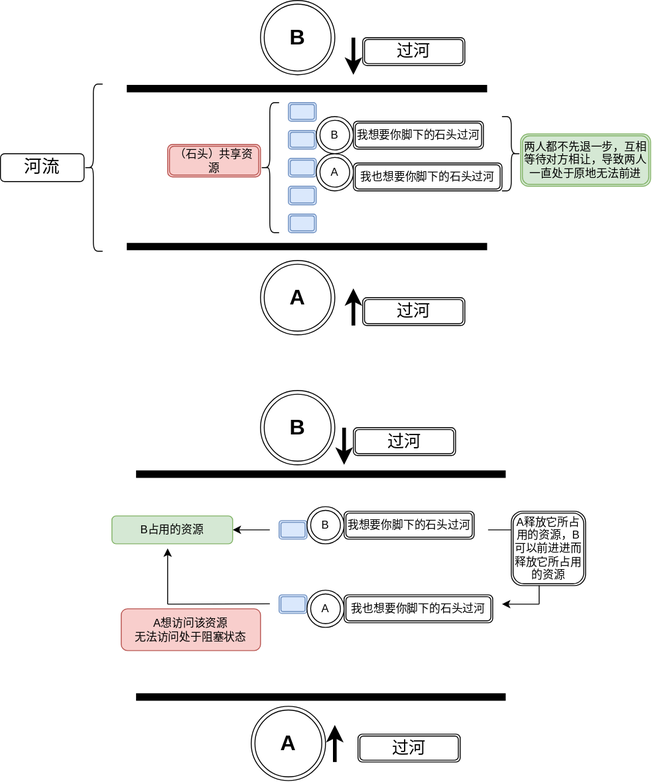
This is 操作系统/死锁.svg from shenbeipiao/Reading-notes, a draw.io export, as it was before one commit. Source tidied: cells renumbered, new cells last; positions are measured from the earlier drawing's top-left corner, leaving out a move shared by most shapes.
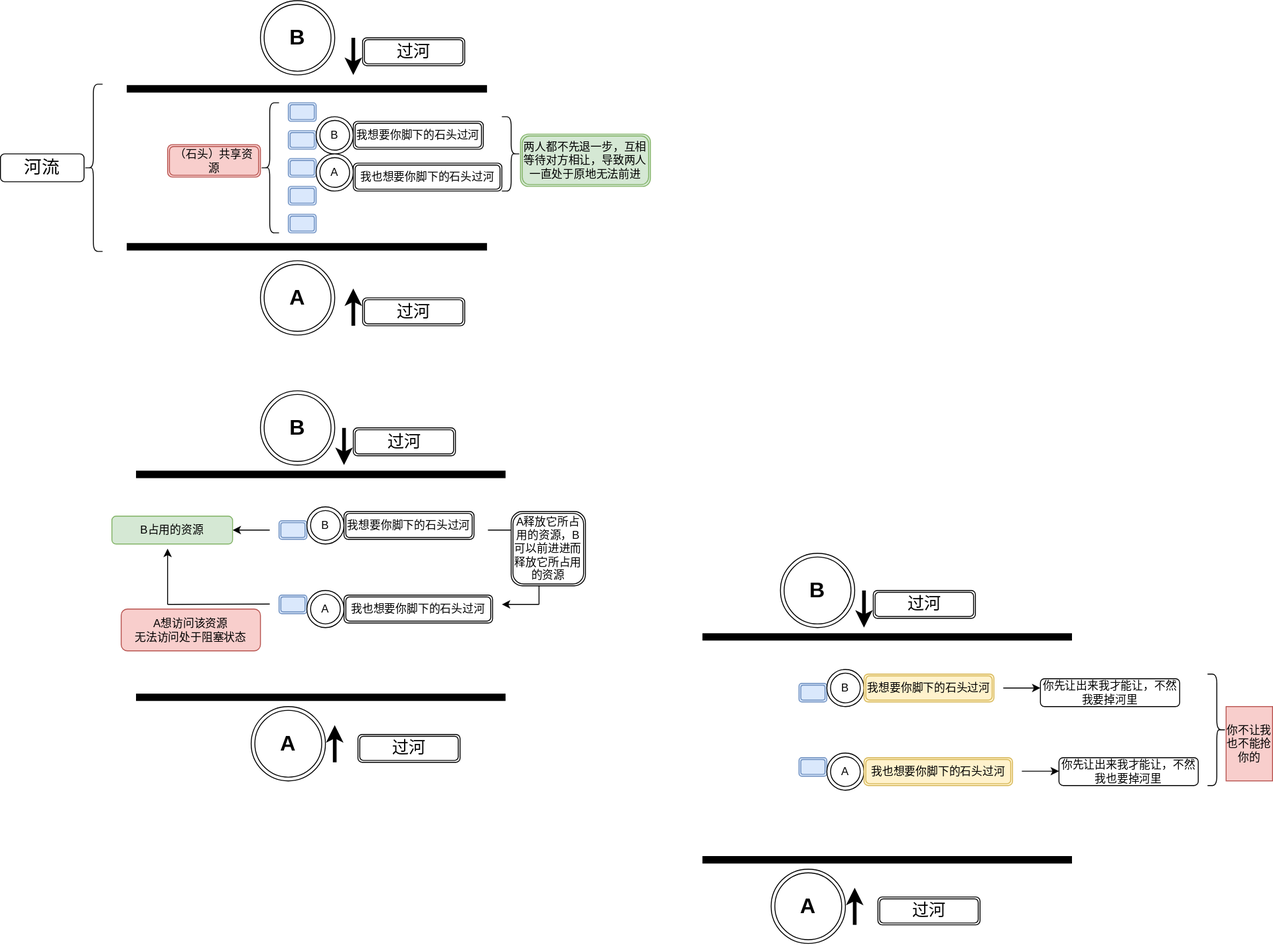
Above is the later version.

Change to the diagram source:
```diff
@@ -2,6 +2,9 @@
   <root>
     <mxCell id="0" />
     <mxCell id="1" parent="0" />
+    <mxCell id="46" style="shape=partialRectangle;whiteSpace=wrap;html=1;left=0;right=0;fillColor=none;strokeWidth=8;" parent="1" vertex="1">
+      <mxGeometry x="760" y="685" width="390" height="240" as="geometry" />
+    </mxCell>
     <mxCell id="2" style="shape=partialRectangle;whiteSpace=wrap;html=1;left=0;right=0;fillColor=none;strokeWidth=8;" parent="1" vertex="1">
       <mxGeometry x="140" y="95" width="380" height="170" as="geometry" />
     </mxCell>
@@ -164,5 +167,71 @@
     <mxCell id="45" value="A释放它所占用的资源，B可以前进进而释放它所占用的资源" style="shape=ext;double=1;rounded=1;whiteSpace=wrap;html=1;" parent="1" vertex="1">
       <mxGeometry x="550" y="550" width="80" height="80" as="geometry" />
     </mxCell>
+    <mxCell id="47" style="shape=ext;double=1;rounded=1;whiteSpace=wrap;html=1;fillColor=#dae8fc;strokeColor=#6c8ebf;" parent="1" vertex="1">
+      <mxGeometry x="860" y="735" width="30" height="20" as="geometry" />
+    </mxCell>
+    <mxCell id="48" style="shape=ext;double=1;rounded=1;whiteSpace=wrap;html=1;fillColor=#dae8fc;strokeColor=#6c8ebf;" parent="1" vertex="1">
+      <mxGeometry x="860" y="815" width="30" height="20" as="geometry" />
+    </mxCell>
+    <mxCell id="49" value="&lt;b&gt;&lt;font style=&quot;font-size: 23px;&quot;&gt;A&lt;/font&gt;&lt;/b&gt;" style="ellipse;shape=doubleEllipse;whiteSpace=wrap;html=1;" parent="1" vertex="1">
+      <mxGeometry x="830" y="935" width="80" height="80" as="geometry" />
+    </mxCell>
+    <mxCell id="50" style="endArrow=classic;html=1;rounded=0;strokeWidth=4;" parent="1" edge="1">
+      <mxGeometry relative="1" as="geometry">
+        <mxPoint x="930" y="635" as="sourcePoint" />
+        <mxPoint x="930" y="675" as="targetPoint" />
+      </mxGeometry>
+    </mxCell>
+    <mxCell id="51" style="endArrow=classic;html=1;rounded=0;strokeWidth=4;" parent="1" edge="1">
+      <mxGeometry relative="1" as="geometry">
+        <mxPoint x="920" y="995" as="sourcePoint" />
+        <mxPoint x="920" y="955" as="targetPoint" />
+      </mxGeometry>
+    </mxCell>
+    <mxCell id="52" value="&lt;font style=&quot;font-size: 18px;&quot;&gt;过河&lt;/font&gt;" style="shape=ext;double=1;rounded=1;whiteSpace=wrap;html=1;" parent="1" vertex="1">
+      <mxGeometry x="940" y="635" width="110" height="30" as="geometry" />
+    </mxCell>
+    <mxCell id="53" value="&lt;font style=&quot;font-size: 18px;&quot;&gt;过河&lt;/font&gt;" style="shape=ext;double=1;rounded=1;whiteSpace=wrap;html=1;" parent="1" vertex="1">
+      <mxGeometry x="945" y="965" width="110" height="30" as="geometry" />
+    </mxCell>
+    <mxCell id="54" value="B" style="ellipse;shape=doubleEllipse;whiteSpace=wrap;html=1;" parent="1" vertex="1">
+      <mxGeometry x="890" y="720" width="40" height="40" as="geometry" />
+    </mxCell>
+    <mxCell id="55" value="A" style="ellipse;shape=doubleEllipse;whiteSpace=wrap;html=1;" parent="1" vertex="1">
+      <mxGeometry x="890" y="810" width="40" height="40" as="geometry" />
+    </mxCell>
+    <mxCell id="56" value="我想要你脚下的石头过河" style="shape=ext;double=1;rounded=1;whiteSpace=wrap;html=1;fillColor=#fff2cc;strokeColor=#d6b656;" parent="1" vertex="1">
+      <mxGeometry x="930" y="725" width="140" height="30" as="geometry" />
+    </mxCell>
+    <mxCell id="57" value="&lt;b&gt;&lt;font style=&quot;font-size: 23px;&quot;&gt;B&lt;/font&gt;&lt;/b&gt;" style="ellipse;shape=doubleEllipse;whiteSpace=wrap;html=1;" parent="1" vertex="1">
+      <mxGeometry x="840" y="595" width="80" height="80" as="geometry" />
+    </mxCell>
+    <mxCell id="58" value="我也想要你脚下的石头过河" style="shape=ext;double=1;rounded=1;whiteSpace=wrap;html=1;fillColor=#fff2cc;strokeColor=#d6b656;" parent="1" vertex="1">
+      <mxGeometry x="930" y="815" width="160" height="30" as="geometry" />
+    </mxCell>
+    <mxCell id="59" style="endArrow=classic;html=1;rounded=0;" parent="1" edge="1">
+      <mxGeometry relative="1" as="geometry">
+        <mxPoint x="1080" y="740" as="sourcePoint" />
+        <mxPoint x="1120" y="740" as="targetPoint" />
+      </mxGeometry>
+    </mxCell>
+    <mxCell id="60" value="你先让出来我才能让，不然我要掉河里" style="rounded=1;whiteSpace=wrap;html=1;" parent="1" vertex="1">
+      <mxGeometry x="1120" y="730" width="150" height="30" as="geometry" />
+    </mxCell>
+    <mxCell id="61" style="endArrow=classic;html=1;rounded=0;" parent="1" edge="1">
+      <mxGeometry relative="1" as="geometry">
+        <mxPoint x="1100" y="829.6" as="sourcePoint" />
+        <mxPoint x="1140" y="829.6" as="targetPoint" />
+      </mxGeometry>
+    </mxCell>
+    <mxCell id="62" value="你先让出来我才能让，不然我也要掉河里" style="rounded=1;whiteSpace=wrap;html=1;" parent="1" vertex="1">
+      <mxGeometry x="1140" y="815" width="150" height="30" as="geometry" />
+    </mxCell>
+    <mxCell id="63" style="shape=curlyBracket;whiteSpace=wrap;html=1;rounded=1;flipH=1;labelPosition=right;verticalLabelPosition=middle;align=left;verticalAlign=middle;" parent="1" vertex="1">
+      <mxGeometry x="1300" y="725" width="20" height="120" as="geometry" />
+    </mxCell>
+    <mxCell id="64" value="你不让我也不能抢你的" style="rounded=0;whiteSpace=wrap;html=1;fillColor=#f8cecc;strokeColor=#b85450;" parent="1" vertex="1">
+      <mxGeometry x="1320" y="760" width="50" height="80" as="geometry" />
+    </mxCell>
   </root>
 </mxGraphModel>
```
